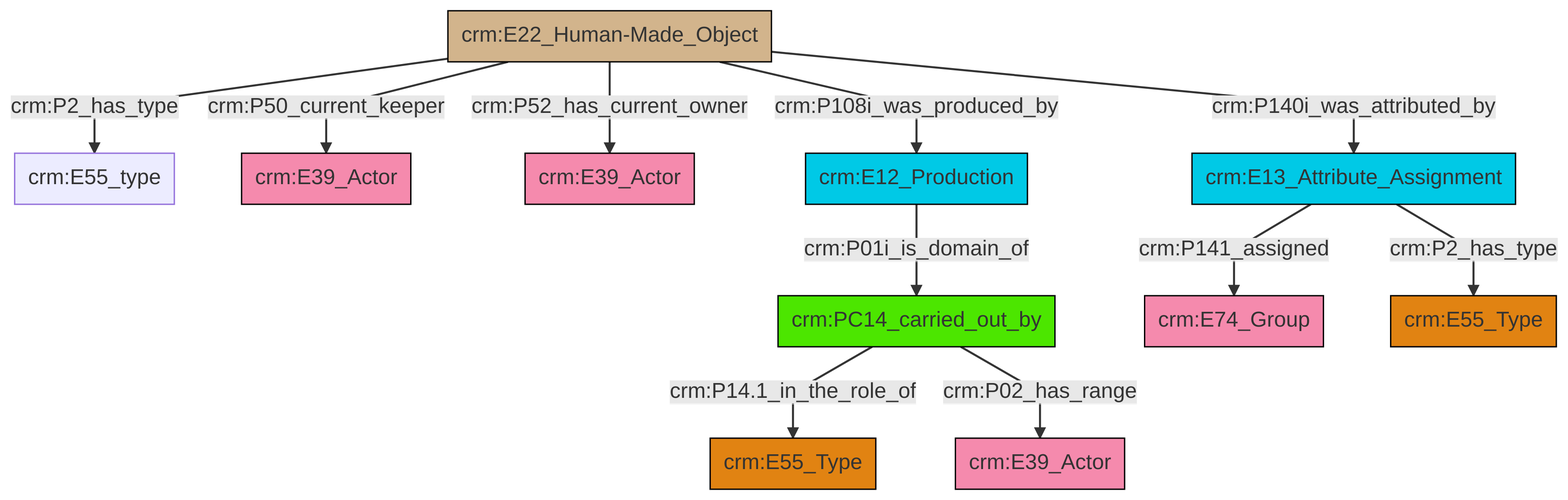
The Mermaid diagram et/artworkCSV/ttl/mmd/png/Artwork_Actor_Relations.png in swiss-art-research-net/docs.swissartresearch, before a commit. Its source is kept beside it as et/artworkCSV/ttl/mmd/Artwork_Actor_Relations.ttl.mmd.
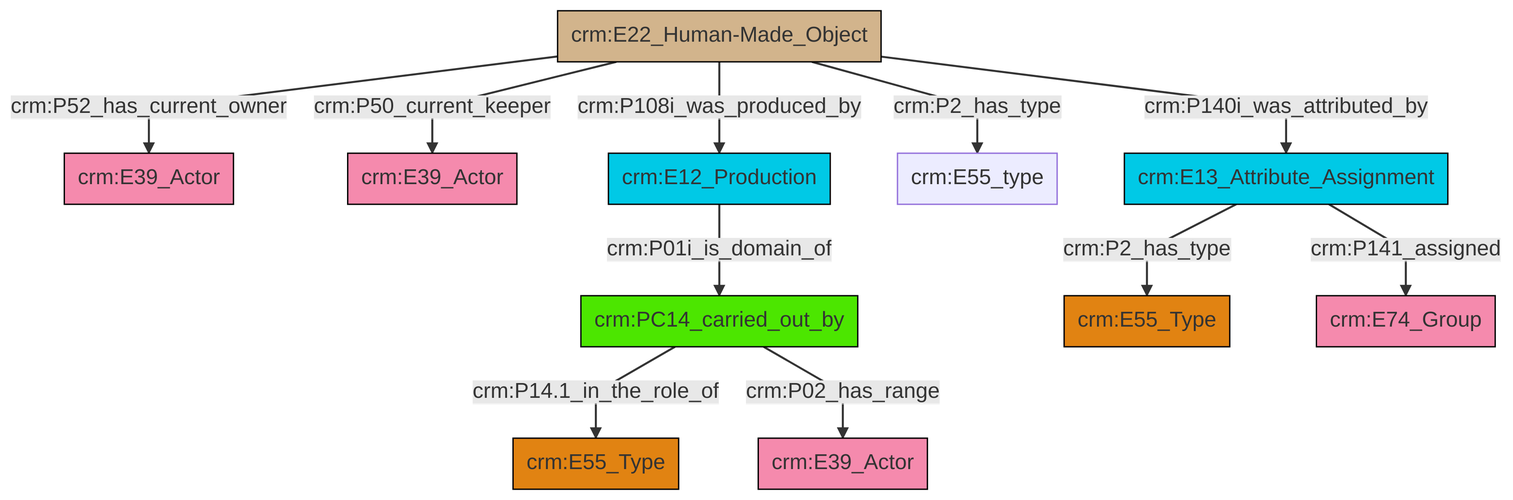
After the commit.

Diff of the diagram source:
```diff
@@ -13,13 +13,13 @@
 classDef PC_Classes fill:#4ce600, stroke:#000000;
 classDef Multi fill:#cccccc,stroke:#000000;
 
-2["crm:PC14_carried_out_by"]:::PC_Classes -->|crm:P14.1_in_the_role_of| 3["crm:E55_Type"]:::Type
-8["crm:E22_Human-Made_Object"]:::Physical_Thing -->|crm:P52_has_current_owner| 6["crm:E39_Actor"]:::Actor
-10["crm:E13_Attribute_Assignment"]:::Temporal_Entity -->|crm:P141_assigned| 11["crm:E74_Group"]:::Actor
-8["crm:E22_Human-Made_Object"]:::Physical_Thing -->|crm:P2_has_type| 0["crm:E55_type"]:::Default
-2["crm:PC14_carried_out_by"]:::PC_Classes -->|crm:P02_has_range| 18["crm:E39_Actor"]:::Actor
-10["crm:E13_Attribute_Assignment"]:::Temporal_Entity -->|crm:P2_has_type| 13["crm:E55_Type"]:::Type
-8["crm:E22_Human-Made_Object"]:::Physical_Thing -->|crm:P108i_was_produced_by| 16["crm:E12_Production"]:::Temporal_Entity
-16["crm:E12_Production"]:::Temporal_Entity -->|crm:P01i_is_domain_of| 2["crm:PC14_carried_out_by"]:::PC_Classes
-8["crm:E22_Human-Made_Object"]:::Physical_Thing -->|crm:P50_current_keeper| 4["crm:E39_Actor"]:::Actor
-8["crm:E22_Human-Made_Object"]:::Physical_Thing -->|crm:P140i_was_attributed_by| 10["crm:E13_Attribute_Assignment"]:::Temporal_Entity
+2["crm:E22_Human-Made_Object"]:::Physical_Thing -->|crm:P52_has_current_owner| 3["crm:E39_Actor"]:::Actor
+2["crm:E22_Human-Made_Object"]:::Physical_Thing -->|crm:P2_has_type| 9["crm:E55_type"]:::Default
+2["crm:E22_Human-Made_Object"]:::Physical_Thing -->|crm:P140i_was_attributed_by| 6["crm:E13_Attribute_Assignment"]:::Temporal_Entity
+6["crm:E13_Attribute_Assignment"]:::Temporal_Entity -->|crm:P2_has_type| 11["crm:E55_Type"]:::Type
+0["crm:PC14_carried_out_by"]:::PC_Classes -->|crm:P14.1_in_the_role_of| 12["crm:E55_Type"]:::Type
+14["crm:E12_Production"]:::Temporal_Entity -->|crm:P01i_is_domain_of| 0["crm:PC14_carried_out_by"]:::PC_Classes
+2["crm:E22_Human-Made_Object"]:::Physical_Thing -->|crm:P50_current_keeper| 4["crm:E39_Actor"]:::Actor
+2["crm:E22_Human-Made_Object"]:::Physical_Thing -->|crm:P108i_was_produced_by| 14["crm:E12_Production"]:::Temporal_Entity
+6["crm:E13_Attribute_Assignment"]:::Temporal_Entity -->|crm:P141_assigned| 19["crm:E74_Group"]:::Actor
+0["crm:PC14_carried_out_by"]:::PC_Classes -->|crm:P02_has_range| 15["crm:E39_Actor"]:::Actor
```
